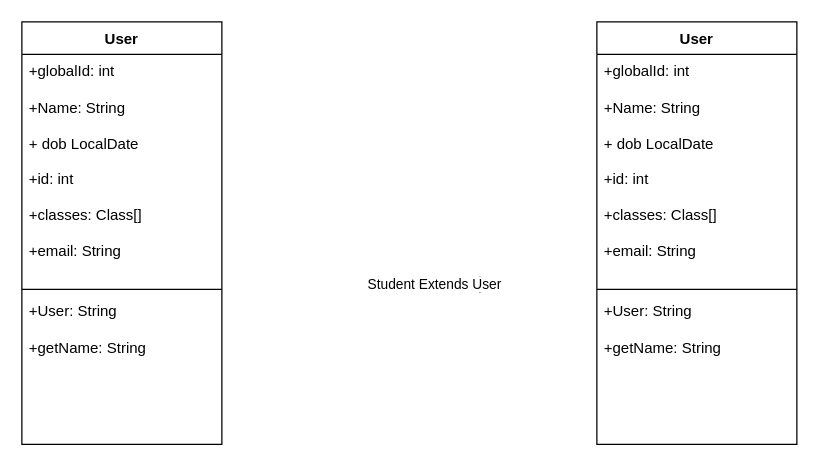
Earlier version of the draw.io diagram Untitled Diagram.drawio (D-guti26/InheritancePolymorphism). Source tidied: cells renumbered, new cells numbered last; positions are measured from the earlier drawing's top-left corner, leaving out a move shared by most shapes. Both pictures are drawn from the tidied source at 125%, with x=0, y=0 at pixel (21, 21).
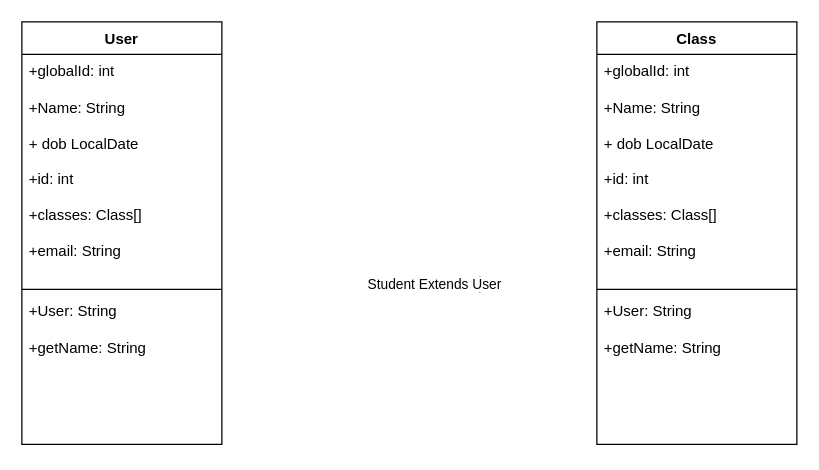
After the change.

The edit, as a diff of the source:
```diff
@@
 <mxGraphModel>
   <root>
     <mxCell id="0" />
     <mxCell id="1" parent="0" />
     <mxCell id="2" value="User" style="swimlane;fontStyle=1;align=center;verticalAlign=top;horizontal=1;startSize=26;whiteSpace=wrap;html=1;" parent="1" vertex="1">
       <mxGeometry width="160" height="338" as="geometry" />
     </mxCell>
     <mxCell id="3" value="+globalId: int&lt;div&gt;&lt;br&gt;&lt;div&gt;+Name: String&lt;/div&gt;&lt;div&gt;&lt;br&gt;&lt;/div&gt;&lt;div&gt;+ dob LocalDate&lt;/div&gt;&lt;div&gt;&lt;br&gt;&lt;/div&gt;&lt;div&gt;+id: int&lt;/div&gt;&lt;div&gt;&lt;br&gt;&lt;/div&gt;&lt;div&gt;+classes: Class[]&lt;/div&gt;&lt;div&gt;&lt;br&gt;&lt;/div&gt;&lt;div&gt;+email: String&lt;/div&gt;&lt;/div&gt;&lt;div&gt;&lt;br&gt;&lt;/div&gt;" style="text;strokeColor=none;fillColor=none;align=left;verticalAlign=top;spacingLeft=4;spacingRight=4;overflow=hidden;whiteSpace=wrap;html=1;" parent="2" vertex="1">
       <mxGeometry y="26" width="160" height="184" as="geometry" />
     </mxCell>
     <mxCell id="4" style="line;strokeWidth=1;fillColor=none;align=left;verticalAlign=middle;spacingTop=-1;spacingLeft=3;spacingRight=3;labelPosition=right;strokeColor=inherit;" parent="2" vertex="1">
       <mxGeometry y="210" width="160" height="8" as="geometry" />
     </mxCell>
     <mxCell id="5" value="+User: String&lt;div&gt;&lt;br&gt;&lt;/div&gt;&lt;div&gt;+getName: String&lt;/div&gt;" style="text;strokeColor=none;fillColor=none;align=left;verticalAlign=top;spacingLeft=4;spacingRight=4;overflow=hidden;whiteSpace=wrap;html=1;" parent="2" vertex="1">
       <mxGeometry y="218" width="160" height="120" as="geometry" />
     </mxCell>
-    <mxCell id="6" value="User" style="swimlane;fontStyle=1;align=center;verticalAlign=top;horizontal=1;startSize=26;whiteSpace=wrap;html=1;" parent="1" vertex="1">
+    <mxCell id="6" value="Class" style="swimlane;fontStyle=1;align=center;verticalAlign=top;horizontal=1;startSize=26;whiteSpace=wrap;html=1;" parent="1" vertex="1">
       <mxGeometry x="460" width="160" height="338" as="geometry" />
     </mxCell>
     <mxCell id="7" value="+globalId: int&lt;div&gt;&lt;br&gt;&lt;div&gt;+Name: String&lt;/div&gt;&lt;div&gt;&lt;br&gt;&lt;/div&gt;&lt;div&gt;+ dob LocalDate&lt;/div&gt;&lt;div&gt;&lt;br&gt;&lt;/div&gt;&lt;div&gt;+id: int&lt;/div&gt;&lt;div&gt;&lt;br&gt;&lt;/div&gt;&lt;div&gt;+classes: Class[]&lt;/div&gt;&lt;div&gt;&lt;br&gt;&lt;/div&gt;&lt;div&gt;+email: String&lt;/div&gt;&lt;/div&gt;&lt;div&gt;&lt;br&gt;&lt;/div&gt;" style="text;strokeColor=none;fillColor=none;align=left;verticalAlign=top;spacingLeft=4;spacingRight=4;overflow=hidden;whiteSpace=wrap;html=1;" parent="6" vertex="1">
       <mxGeometry y="26" width="160" height="184" as="geometry" />
     </mxCell>
     <mxCell id="8" style="line;strokeWidth=1;fillColor=none;align=left;verticalAlign=middle;spacingTop=-1;spacingLeft=3;spacingRight=3;labelPosition=right;strokeColor=inherit;" parent="6" vertex="1">
       <mxGeometry y="210" width="160" height="8" as="geometry" />
     </mxCell>
     <mxCell id="9" value="+User: String&lt;div&gt;&lt;br&gt;&lt;/div&gt;&lt;div&gt;+getName: String&lt;/div&gt;" style="text;strokeColor=none;fillColor=none;align=left;verticalAlign=top;spacingLeft=4;spacingRight=4;overflow=hidden;whiteSpace=wrap;html=1;" parent="6" vertex="1">
       <mxGeometry y="218" width="160" height="120" as="geometry" />
     </mxCell>
     <mxCell id="10" value="Student Extends User" style="endArrow=open;endSize=12;dashed=1;html=1;rounded=0;" parent="1" edge="1">
       <mxGeometry relative="1" as="geometry">
         <mxPoint x="280" y="210" as="sourcePoint" />
         <mxPoint x="380" y="210" as="targetPoint" />
         <Array as="points">
           <mxPoint x="330" y="210" />
         </Array>
       </mxGeometry>
     </mxCell>
   </root>
 </mxGraphModel>
```
